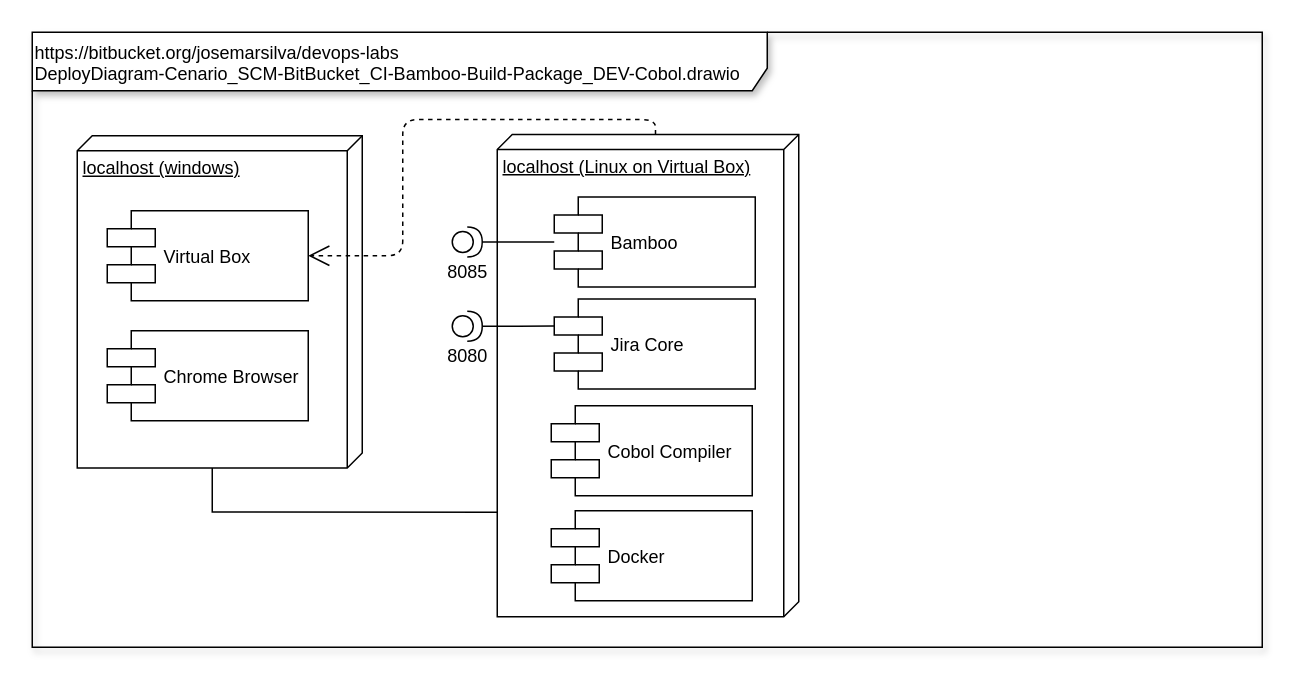
The draw.io diagram doc/DeployDiagram-Cenario_SCM-BitBucket_CI-Bamboo-Build-Package_DEV-Cobol.drawio in josemarsilva/devops-labs, before the edit. Source tidied: cells renumbered, new cells numbered last; positions are measured from the earlier drawing's top-left corner, leaving out a move shared by most shapes. Both pictures are drawn from the tidied source at 150%, with x=0, y=0 at pixel (32, 32).
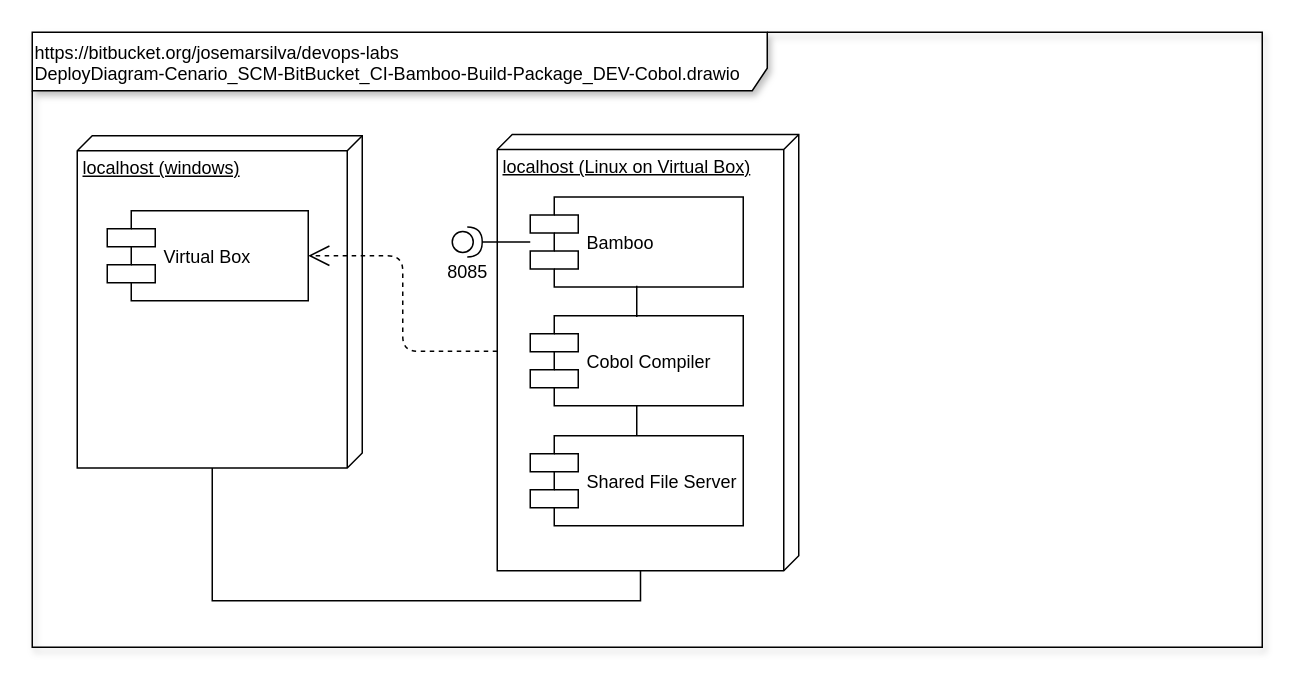
Above is the later version.

Change to the diagram source:
```diff
@@
 <mxGraphModel background="#ffffff">
   <root>
     <mxCell id="0" />
     <mxCell id="1" parent="0" />
-    <mxCell id="2" value="https://bitbucket.org/josemarsilva/devops-labs&lt;br&gt;DeployDiagram-Cenario_SCM-BitBucket_CI-Bamboo-Build-Package_DEV-Cobol.drawio" style="shape=umlFrame;whiteSpace=wrap;html=1;shadow=1;width=490;height=39;align=left;verticalAlign=top;" parent="1" vertex="1">
+    <mxCell id="2" value="https://bitbucket.org/josemarsilva/devops-labs&lt;br&gt;DeployDiagram-Cenario_SCM-BitBucket_CI-Bamboo-Build-Package_DEV-Cobol.drawio&lt;br&gt;" style="shape=umlFrame;whiteSpace=wrap;html=1;shadow=1;width=490;height=39;align=left;verticalAlign=top;" parent="1" vertex="1">
       <mxGeometry width="820" height="410" as="geometry" />
     </mxCell>
-    <mxCell id="3" style="rounded=0;jettySize=auto;html=1;entryX=0.783;entryY=0.99;entryDx=0;entryDy=0;entryPerimeter=0;endArrow=none;endFill=0;exitX=0;exitY=0;exitDx=221.5;exitDy=100;exitPerimeter=0;edgeStyle=orthogonalEdgeStyle;" parent="1" edge="1" source="4" target="6">
+    <mxCell id="3" style="rounded=0;jettySize=auto;html=1;entryX=0;entryY=0;entryDx=290.75;entryDy=105.5;entryPerimeter=0;endArrow=none;endFill=0;exitX=0;exitY=0;exitDx=221.5;exitDy=100;exitPerimeter=0;edgeStyle=orthogonalEdgeStyle;" parent="1" edge="1" source="4" target="6">
       <mxGeometry relative="1" as="geometry" />
     </mxCell>
     <mxCell id="4" value="localhost (windows)" style="verticalAlign=top;align=left;spacingTop=8;spacingLeft=2;spacingRight=12;shape=cube;size=10;direction=south;fontStyle=4;html=1;" parent="1" vertex="1">
       <mxGeometry x="30" y="69" width="190" height="221.5" as="geometry" />
     </mxCell>
-    <mxCell id="5" value="Virtual Box" style="shape=component;align=left;spacingLeft=36;" parent="1" vertex="1">
+    <mxCell id="5" value="Virtual Box" style="shape=component;align=left;spacingLeft=36;fillColor=none;" parent="1" vertex="1">
       <mxGeometry x="50" y="119" width="134" height="60" as="geometry" />
     </mxCell>
     <mxCell id="6" value="localhost (Linux on Virtual Box)" style="verticalAlign=top;align=left;spacingTop=8;spacingLeft=2;spacingRight=12;shape=cube;size=10;direction=south;fontStyle=4;html=1;" parent="1" vertex="1">
-      <mxGeometry x="310" y="68.2" width="201" height="321.5" as="geometry" />
+      <mxGeometry x="310" y="68.2" width="201" height="290.8" as="geometry" />
     </mxCell>
-    <mxCell id="7" value="Docker" style="shape=component;align=left;spacingLeft=36;" parent="1" vertex="1">
-      <mxGeometry x="346" y="319" width="134" height="60" as="geometry" />
-    </mxCell>
-    <mxCell id="8" style="endArrow=open;endSize=12;dashed=1;html=1;exitX=0;exitY=0;exitDx=0;exitDy=95.5;exitPerimeter=0;entryX=1;entryY=0.5;entryDx=0;entryDy=0;edgeStyle=orthogonalEdgeStyle;" parent="1" edge="1" source="6" target="5">
+    <mxCell id="8" style="endArrow=open;endSize=12;dashed=1;html=1;exitX=0.497;exitY=1;exitDx=0;exitDy=0;exitPerimeter=0;entryX=1;entryY=0.5;entryDx=0;entryDy=0;edgeStyle=orthogonalEdgeStyle;" parent="1" edge="1" source="6" target="5">
       <mxGeometry relative="1" as="geometry" />
     </mxCell>
-    <mxCell id="9" value="Chrome Browser" style="shape=component;align=left;spacingLeft=36;" parent="1" vertex="1">
-      <mxGeometry x="50" y="199" width="134" height="60" as="geometry" />
-    </mxCell>
-    <mxCell id="10" value="Bamboo" style="shape=component;align=left;spacingLeft=36;" parent="1" vertex="1">
-      <mxGeometry x="348" y="109.8" width="134" height="60" as="geometry" />
+    <mxCell id="10" value="Bamboo" style="shape=component;align=left;spacingLeft=36;gradientColor=none;fillColor=none;" parent="1" vertex="1">
+      <mxGeometry x="332" y="109.8" width="142" height="60" as="geometry" />
     </mxCell>
     <mxCell id="11" style="edgeStyle=orthogonalEdgeStyle;rounded=0;jettySize=auto;html=1;endArrow=none;endFill=0;exitX=1;exitY=0.5;exitDx=0;exitDy=0;exitPerimeter=0;" parent="1" edge="1" source="12" target="10">
       <mxGeometry relative="1" as="geometry" />
     </mxCell>
     <mxCell id="12" value="8085" style="shape=providedRequiredInterface;html=1;verticalLabelPosition=bottom;" parent="1" vertex="1">
       <mxGeometry x="280" y="129.8" width="20" height="20" as="geometry" />
     </mxCell>
-    <mxCell id="13" value="Jira Core" style="shape=component;align=left;spacingLeft=36;" parent="1" vertex="1">
-      <mxGeometry x="348" y="177.8" width="134" height="60" as="geometry" />
-    </mxCell>
-    <mxCell id="14" style="edgeStyle=orthogonalEdgeStyle;rounded=0;jettySize=auto;html=1;endArrow=none;endFill=0;exitX=1;exitY=0.5;exitDx=0;exitDy=0;exitPerimeter=0;entryX=0;entryY=0.3;entryDx=0;entryDy=0;" parent="1" edge="1" source="15" target="13">
-      <mxGeometry relative="1" as="geometry" />
-    </mxCell>
-    <mxCell id="15" value="8080" style="shape=providedRequiredInterface;html=1;verticalLabelPosition=bottom;" parent="1" vertex="1">
-      <mxGeometry x="280" y="186" width="20" height="20" as="geometry" />
-    </mxCell>
+    <mxCell id="18" style="edgeStyle=orthogonalEdgeStyle;rounded=0;jettySize=auto;html=1;endArrow=none;endFill=0;" parent="1" edge="1" source="16" target="10">
+      <mxGeometry relative="1" as="geometry" />
+    </mxCell>
+    <mxCell id="19" style="edgeStyle=orthogonalEdgeStyle;rounded=0;jettySize=auto;html=1;endArrow=none;endFill=0;" parent="1" edge="1" source="16" target="20">
+      <mxGeometry relative="1" as="geometry" />
+    </mxCell>
-    <mxCell id="16" value="Cobol Compiler" style="shape=component;align=left;spacingLeft=36;" parent="1" vertex="1">
-      <mxGeometry x="346" y="249" width="134" height="60" as="geometry" />
+    <mxCell id="16" value="Cobol Compiler" style="shape=component;align=left;spacingLeft=36;fillColor=none;" parent="1" vertex="1">
+      <mxGeometry x="332" y="189" width="142" height="60" as="geometry" />
     </mxCell>
+    <mxCell id="20" value="Shared File Server" style="shape=component;align=left;spacingLeft=36;fillColor=none;" parent="1" vertex="1">
+      <mxGeometry x="332" y="269" width="142" height="60" as="geometry" />
+    </mxCell>
     <mxCell id="17" parent="0" />
   </root>
 </mxGraphModel>
```
